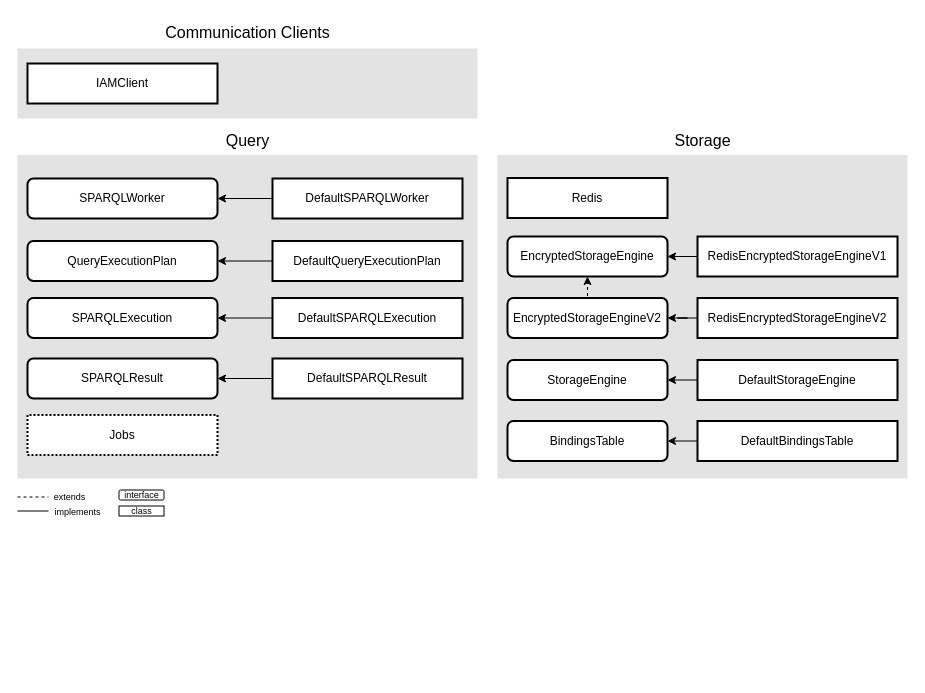
Before: page "Proxy - Application" (11 of 11) of Dissertation/Figures/Diagrams/Chapter4.drawio in DCebola/SEnTriS, a draw.io diagram. Source tidied: cells renumbered, new cells numbered last; positions are measured from the earlier drawing's top-left corner, leaving out a move shared by most shapes. Both pictures are drawn from the tidied source at 100%, with x=0, y=0 at pixel (17, 17).
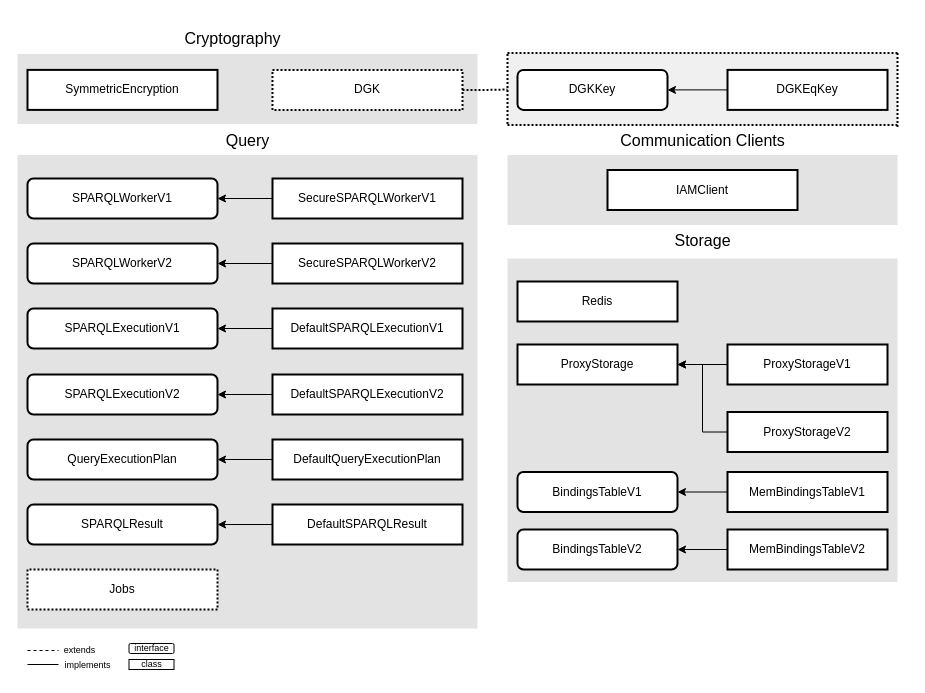
The same page after the edit.

Commit message (it also covers changes not shown here):
Finished Proxy Scheme

The edit, as a diff of the source:
```diff
@@
     <mxCell id="2" style="rounded=0;whiteSpace=wrap;html=1;fillColor=#E3E3E3;glass=0;shadow=0;strokeColor=none;" parent="1" vertex="1">
-      <mxGeometry y="31" width="460" height="70" as="geometry" />
+      <mxGeometry x="490" y="137.5" width="390" height="70" as="geometry" />
     </mxCell>
     <mxCell id="3" value="IAMClient" style="rounded=0;whiteSpace=wrap;html=1;strokeWidth=2;" parent="1" vertex="1">
-      <mxGeometry x="10" y="46" width="190" height="40" as="geometry" />
+      <mxGeometry x="590" y="152.5" width="190" height="40" as="geometry" />
     </mxCell>
     <mxCell id="4" value="Communication Clients" style="text;html=1;align=center;verticalAlign=middle;strokeColor=none;fillColor=none;dashed=1;fontSize=16;" parent="1" vertex="1">
-      <mxGeometry x="135" width="190" height="30" as="geometry" />
+      <mxGeometry x="590" y="107.5" width="190" height="30" as="geometry" />
     </mxCell>
     <mxCell id="5" style="rounded=0;whiteSpace=wrap;html=1;fillColor=#E3E3E3;glass=0;shadow=0;strokeColor=none;" parent="1" vertex="1">
-      <mxGeometry x="480" y="137.5" width="410" height="323.5" as="geometry" />
+      <mxGeometry x="490" y="241" width="390" height="323.5" as="geometry" />
     </mxCell>
-    <mxCell id="6" style="edgeStyle=orthogonalEdgeStyle;rounded=0;jettySize=auto;html=1;exitX=1;exitY=0.5;exitDx=0;exitDy=0;entryX=0;entryY=0.5;entryDx=0;entryDy=0;startArrow=classic;startFill=1;endArrow=none;endFill=0;" parent="1" edge="1" source="7" target="8">
-      <mxGeometry relative="1" as="geometry" />
-    </mxCell>
-    <mxCell id="7" value="&lt;p style=&quot;line-height: 120%;&quot;&gt;EncryptedStorageEngine&lt;/p&gt;" style="rounded=1;whiteSpace=wrap;html=1;strokeWidth=2;" parent="1" vertex="1">
-      <mxGeometry x="490" y="219" width="160" height="40" as="geometry" />
-    </mxCell>
+    <mxCell id="49" style="edgeStyle=orthogonalEdgeStyle;rounded=0;jettySize=auto;html=1;exitX=0;exitY=0.5;exitDx=0;exitDy=0;" parent="1" edge="1" source="8" target="48">
+      <mxGeometry relative="1" as="geometry" />
+    </mxCell>
-    <mxCell id="8" value="&lt;p style=&quot;line-height: 120%;&quot;&gt;RedisEncryptedStorageEngineV1&lt;/p&gt;" style="rounded=0;whiteSpace=wrap;html=1;strokeWidth=2;fillColor=default;fillStyle=solid;flipV=1;" parent="1" vertex="1">
-      <mxGeometry x="680" y="219" width="200" height="40" as="geometry" />
+    <mxCell id="8" value="&lt;p style=&quot;line-height: 120%;&quot;&gt;ProxyStorageV1&lt;/p&gt;" style="rounded=0;whiteSpace=wrap;html=1;strokeWidth=2;fillColor=default;fillStyle=solid;flipV=1;" parent="1" vertex="1">
+      <mxGeometry x="710" y="327" width="160" height="40" as="geometry" />
     </mxCell>
@@
-    <mxCell id="10" value="&lt;p style=&quot;line-height: 120%;&quot;&gt;BindingsTable&lt;/p&gt;" style="rounded=1;whiteSpace=wrap;html=1;strokeWidth=2;" parent="1" vertex="1">
-      <mxGeometry x="490" y="403.5" width="160" height="40" as="geometry" />
+    <mxCell id="10" value="&lt;p style=&quot;line-height: 120%;&quot;&gt;BindingsTableV1&lt;/p&gt;" style="rounded=1;whiteSpace=wrap;html=1;strokeWidth=2;" parent="1" vertex="1">
+      <mxGeometry x="500" y="454.5" width="160" height="40" as="geometry" />
     </mxCell>
-    <mxCell id="11" value="&lt;p style=&quot;line-height: 120%;&quot;&gt;DefaultBindingsTable&lt;/p&gt;" style="rounded=0;whiteSpace=wrap;html=1;strokeWidth=2;fillColor=default;fillStyle=solid;flipV=1;" parent="1" vertex="1">
-      <mxGeometry x="680" y="403.5" width="200" height="40" as="geometry" />
+    <mxCell id="11" value="&lt;p style=&quot;line-height: 120%;&quot;&gt;MemBindingsTableV1&lt;/p&gt;" style="rounded=0;whiteSpace=wrap;html=1;strokeWidth=2;fillColor=default;fillStyle=solid;flipV=1;" parent="1" vertex="1">
+      <mxGeometry x="710" y="454.5" width="160" height="40" as="geometry" />
     </mxCell>
     <mxCell id="12" style="group;" parent="1" vertex="1">
-      <mxGeometry y="467.5" width="154" height="37" as="geometry" />
+      <mxGeometry x="10" y="621" width="154" height="37" as="geometry" />
     </mxCell>
@@
     <mxCell id="25" style="rounded=0;whiteSpace=wrap;html=1;fillColor=#E3E3E3;glass=0;shadow=0;strokeColor=none;" parent="1" vertex="1">
-      <mxGeometry y="137.5" width="460" height="323.5" as="geometry" />
+      <mxGeometry y="137.5" width="460" height="473.5" as="geometry" />
     </mxCell>
-    <mxCell id="26" value="SPARQLWorker" style="rounded=1;whiteSpace=wrap;html=1;strokeWidth=2;flipV=1;" parent="1" vertex="1">
+    <mxCell id="26" value="SPARQLWorkerV1" style="rounded=1;whiteSpace=wrap;html=1;strokeWidth=2;flipV=1;" parent="1" vertex="1">
       <mxGeometry x="10" y="161" width="190" height="40" as="geometry" />
     </mxCell>
     <mxCell id="27" value="SPARQLResult" style="rounded=1;whiteSpace=wrap;html=1;strokeWidth=2;flipV=1;" parent="1" vertex="1">
-      <mxGeometry x="10" y="341" width="190" height="40" as="geometry" />
+      <mxGeometry x="10" y="487" width="190" height="40" as="geometry" />
     </mxCell>
@@
     <mxCell id="29" value="&lt;p style=&quot;line-height: 120%;&quot;&gt;DefaultSPARQLResult&lt;/p&gt;" style="rounded=0;whiteSpace=wrap;html=1;strokeWidth=2;flipV=1;" parent="1" vertex="1">
-      <mxGeometry x="255" y="341" width="190" height="40" as="geometry" />
+      <mxGeometry x="255" y="487" width="190" height="40" as="geometry" />
     </mxCell>
@@
-    <mxCell id="31" value="DefaultSPARQLWorker" style="rounded=0;whiteSpace=wrap;html=1;strokeWidth=2;fillColor=default;fillStyle=solid;flipV=1;" parent="1" vertex="1">
+    <mxCell id="31" value="SecureSPARQLWorkerV1" style="rounded=0;whiteSpace=wrap;html=1;strokeWidth=2;fillColor=default;fillStyle=solid;flipV=1;" parent="1" vertex="1">
       <mxGeometry x="255" y="161" width="190" height="40" as="geometry" />
     </mxCell>
@@
-    <mxCell id="33" value="SPARQLExecution" style="rounded=1;whiteSpace=wrap;html=1;strokeWidth=2;flipV=1;" parent="1" vertex="1">
-      <mxGeometry x="10" y="280.5" width="190" height="40" as="geometry" />
+    <mxCell id="33" value="SPARQLExecutionV1" style="rounded=1;whiteSpace=wrap;html=1;strokeWidth=2;flipV=1;" parent="1" vertex="1">
+      <mxGeometry x="10" y="291" width="190" height="40" as="geometry" />
     </mxCell>
@@
-    <mxCell id="35" value="&lt;p style=&quot;line-height: 120%;&quot;&gt;DefaultSPARQLExecution&lt;/p&gt;" style="rounded=0;whiteSpace=wrap;html=1;strokeWidth=2;flipV=1;" parent="1" vertex="1">
-      <mxGeometry x="255" y="280.5" width="190" height="40" as="geometry" />
+    <mxCell id="35" value="&lt;p style=&quot;line-height: 120%;&quot;&gt;DefaultSPARQLExecutionV1&lt;/p&gt;" style="rounded=0;whiteSpace=wrap;html=1;strokeWidth=2;flipV=1;" parent="1" vertex="1">
+      <mxGeometry x="255" y="291" width="190" height="40" as="geometry" />
     </mxCell>
     <mxCell id="36" value="QueryExecutionPlan" style="rounded=1;whiteSpace=wrap;html=1;strokeWidth=2;flipV=1;" parent="1" vertex="1">
-      <mxGeometry x="10" y="223.5" width="190" height="40" as="geometry" />
+      <mxGeometry x="10" y="422" width="190" height="40" as="geometry" />
     </mxCell>
@@
     <mxCell id="38" value="&lt;p style=&quot;line-height: 120%;&quot;&gt;DefaultQueryExecutionPlan&lt;/p&gt;" style="rounded=0;whiteSpace=wrap;html=1;strokeWidth=2;flipV=1;" parent="1" vertex="1">
-      <mxGeometry x="255" y="223.5" width="190" height="40" as="geometry" />
+      <mxGeometry x="255" y="422" width="190" height="40" as="geometry" />
     </mxCell>
     <mxCell id="39" value="Jobs" style="rounded=0;whiteSpace=wrap;html=1;strokeWidth=2;dashed=1;dashPattern=1 1;flipV=1;" parent="1" vertex="1">
-      <mxGeometry x="10" y="397.5" width="190" height="40" as="geometry" />
+      <mxGeometry x="10" y="552" width="190" height="40" as="geometry" />
     </mxCell>
     <mxCell id="40" value="Storage" style="text;html=1;align=center;verticalAlign=middle;strokeColor=none;fillColor=none;dashed=1;fontSize=16;" parent="1" vertex="1">
-      <mxGeometry x="645" y="107.5" width="80" height="30" as="geometry" />
+      <mxGeometry x="645" y="207.5" width="80" height="30" as="geometry" />
     </mxCell>
     <mxCell id="41" value="&lt;p style=&quot;line-height: 120%;&quot;&gt;Redis&lt;/p&gt;" style="rounded=0;whiteSpace=wrap;html=1;strokeWidth=2;" parent="1" vertex="1">
-      <mxGeometry x="490" y="160.5" width="160" height="40" as="geometry" />
+      <mxGeometry x="500" y="264" width="160" height="40" as="geometry" />
     </mxCell>
-    <mxCell id="42" style="edgeStyle=orthogonalEdgeStyle;rounded=0;jettySize=auto;html=1;entryX=0.5;entryY=1;entryDx=0;entryDy=0;dashed=1;" parent="1" edge="1" target="7">
-      <mxGeometry relative="1" as="geometry">
-        <mxPoint x="565" y="317.5" as="sourcePoint" />
-        <Array as="points">
-          <mxPoint x="565" y="319.5" />
-        </Array>
-      </mxGeometry>
-    </mxCell>
-    <mxCell id="43" value="&lt;p style=&quot;line-height: 120%;&quot;&gt;EncryptedStorageEngineV2&lt;/p&gt;" style="rounded=1;whiteSpace=wrap;html=1;strokeWidth=2;" parent="1" vertex="1">
-      <mxGeometry x="490" y="280.5" width="160" height="40" as="geometry" />
-    </mxCell>
-    <mxCell id="44" style="edgeStyle=orthogonalEdgeStyle;rounded=0;jettySize=auto;html=1;entryX=1;entryY=0.5;entryDx=0;entryDy=0;" parent="1" edge="1" source="45" target="43">
-      <mxGeometry relative="1" as="geometry" />
-    </mxCell>
+    <mxCell id="50" style="edgeStyle=orthogonalEdgeStyle;rounded=0;jettySize=auto;html=1;exitX=0;exitY=0.5;exitDx=0;exitDy=0;entryX=1;entryY=0.5;entryDx=0;entryDy=0;" parent="1" edge="1" source="45" target="48">
+      <mxGeometry relative="1" as="geometry" />
+    </mxCell>
-    <mxCell id="45" value="&lt;p style=&quot;line-height: 120%;&quot;&gt;RedisEncryptedStorageEngineV2&lt;/p&gt;" style="rounded=0;whiteSpace=wrap;html=1;strokeWidth=2;fillColor=default;fillStyle=solid;flipV=1;" parent="1" vertex="1">
-      <mxGeometry x="680" y="280.5" width="200" height="40" as="geometry" />
+    <mxCell id="45" value="&lt;p style=&quot;line-height: 120%;&quot;&gt;ProxyStorageV2&lt;/p&gt;" style="rounded=0;whiteSpace=wrap;html=1;strokeWidth=2;fillColor=default;fillStyle=solid;flipV=1;" parent="1" vertex="1">
+      <mxGeometry x="710" y="394.5" width="160" height="40" as="geometry" />
     </mxCell>
-    <mxCell id="46" style="edgeStyle=orthogonalEdgeStyle;rounded=0;jettySize=auto;html=1;exitX=1;exitY=0.5;exitDx=0;exitDy=0;entryX=0;entryY=0.5;entryDx=0;entryDy=0;startArrow=classic;startFill=1;endArrow=none;endFill=0;" parent="1" edge="1" source="47" target="48">
-      <mxGeometry relative="1" as="geometry" />
-    </mxCell>
-    <mxCell id="47" value="&lt;p style=&quot;line-height: 120%;&quot;&gt;StorageEngine&lt;/p&gt;" style="rounded=1;whiteSpace=wrap;html=1;strokeWidth=2;" parent="1" vertex="1">
-      <mxGeometry x="490" y="342.5" width="160" height="40" as="geometry" />
-    </mxCell>
-    <mxCell id="48" value="&lt;p style=&quot;line-height: 120%;&quot;&gt;DefaultStorageEngine&lt;/p&gt;" style="rounded=0;whiteSpace=wrap;html=1;strokeWidth=2;fillColor=default;fillStyle=solid;flipV=1;" parent="1" vertex="1">
-      <mxGeometry x="680" y="342.5" width="200" height="40" as="geometry" />
+    <mxCell id="48" value="&lt;p style=&quot;line-height: 120%;&quot;&gt;ProxyStorage&lt;/p&gt;" style="rounded=0;whiteSpace=wrap;html=1;strokeWidth=2;fillColor=default;fillStyle=solid;flipV=1;" parent="1" vertex="1">
+      <mxGeometry x="500" y="327" width="160" height="40" as="geometry" />
     </mxCell>
+    <mxCell id="51" style="rounded=0;whiteSpace=wrap;html=1;fillColor=#E3E3E3;glass=0;shadow=0;strokeColor=none;" parent="1" vertex="1">
+      <mxGeometry y="36.4" width="460" height="70" as="geometry" />
+    </mxCell>
+    <mxCell id="52" value="SymmetricEncryption" style="rounded=0;whiteSpace=wrap;html=1;strokeWidth=2;" parent="1" vertex="1">
+      <mxGeometry x="10" y="52.4" width="190" height="40" as="geometry" />
+    </mxCell>
+    <mxCell id="53" value="DGK" style="rounded=0;whiteSpace=wrap;html=1;strokeWidth=2;fillColor=default;fillStyle=solid;dashed=1;dashPattern=1 1;" parent="1" vertex="1">
+      <mxGeometry x="255" y="52.4" width="190" height="40" as="geometry" />
+    </mxCell>
+    <mxCell id="54" value="Cryptography" style="text;html=1;align=center;verticalAlign=middle;strokeColor=none;fillColor=none;dashed=1;fontSize=16;" parent="1" vertex="1">
+      <mxGeometry x="155" y="6.4" width="120" height="30" as="geometry" />
+    </mxCell>
+    <mxCell id="55" style="rounded=0;whiteSpace=wrap;html=1;fillColor=#F0F0F0;glass=0;shadow=0;strokeColor=none;" parent="1" vertex="1">
+      <mxGeometry x="490" y="35.4" width="390" height="72" as="geometry" />
+    </mxCell>
+    <mxCell id="56" style="edgeStyle=orthogonalEdgeStyle;rounded=0;jettySize=auto;html=1;dashed=1;dashPattern=1 1;endArrow=none;endFill=0;strokeWidth=2;strokeColor=default;exitX=1;exitY=0.5;exitDx=0;exitDy=0;" parent="1" edge="1" source="53">
+      <mxGeometry relative="1" as="geometry">
+        <mxPoint x="490" y="72" as="targetPoint" />
+        <Array as="points">
+          <mxPoint x="470" y="72" />
+          <mxPoint x="460" y="72" />
+        </Array>
+      </mxGeometry>
+    </mxCell>
+    <mxCell id="57" style="endArrow=none;dashed=1;html=1;strokeWidth=2;rounded=0;exitX=0;exitY=0;exitDx=0;exitDy=0;entryX=1;entryY=0;entryDx=0;entryDy=0;dashPattern=1 1;" parent="1" edge="1" source="55" target="55">
+      <mxGeometry relative="1" as="geometry" />
+    </mxCell>
+    <mxCell id="58" style="endArrow=none;dashed=1;html=1;strokeWidth=2;rounded=0;entryX=0;entryY=1;entryDx=0;entryDy=0;dashPattern=1 1;" parent="1" edge="1" target="55">
+      <mxGeometry relative="1" as="geometry">
+        <mxPoint x="490" y="36.4" as="sourcePoint" />
+      </mxGeometry>
+    </mxCell>
+    <mxCell id="59" value="&lt;p style=&quot;line-height: 120%;&quot;&gt;DGKKey&lt;/p&gt;" style="rounded=1;whiteSpace=wrap;html=1;strokeWidth=2;flipV=1;" parent="1" vertex="1">
+      <mxGeometry x="500" y="52.4" width="150" height="40" as="geometry" />
+    </mxCell>
+    <mxCell id="60" style="edgeStyle=orthogonalEdgeStyle;rounded=0;jettySize=auto;html=1;exitX=0;exitY=0.5;exitDx=0;exitDy=0;" parent="1" edge="1" source="61" target="59">
+      <mxGeometry relative="1" as="geometry" />
+    </mxCell>
+    <mxCell id="61" value="&lt;p style=&quot;line-height: 120%;&quot;&gt;DGKEqKey&lt;/p&gt;" style="rounded=0;whiteSpace=wrap;html=1;strokeWidth=2;flipV=0;" parent="1" vertex="1">
+      <mxGeometry x="710" y="52.4" width="160" height="40" as="geometry" />
+    </mxCell>
+    <mxCell id="62" style="endArrow=none;dashed=1;html=1;strokeWidth=2;rounded=0;exitX=0;exitY=1;exitDx=0;exitDy=0;entryX=1;entryY=1;entryDx=0;entryDy=0;dashPattern=1 1;" parent="1" edge="1" source="55" target="55">
+      <mxGeometry relative="1" as="geometry" />
+    </mxCell>
+    <mxCell id="63" style="endArrow=none;dashed=1;html=1;strokeWidth=2;rounded=0;dashPattern=1 1;exitX=1;exitY=0;exitDx=0;exitDy=0;" parent="1" edge="1" source="55">
+      <mxGeometry relative="1" as="geometry">
+        <mxPoint x="880" y="111" as="targetPoint" />
+      </mxGeometry>
+    </mxCell>
+    <mxCell id="64" style="edgeStyle=orthogonalEdgeStyle;rounded=0;jettySize=auto;html=1;exitX=0;exitY=0.5;exitDx=0;exitDy=0;entryX=1;entryY=0.5;entryDx=0;entryDy=0;" parent="1" edge="1" source="65" target="66">
+      <mxGeometry relative="1" as="geometry" />
+    </mxCell>
+    <mxCell id="65" value="&lt;p style=&quot;line-height: 120%;&quot;&gt;MemBindingsTableV2&lt;/p&gt;" style="rounded=0;whiteSpace=wrap;html=1;strokeWidth=2;fillColor=default;fillStyle=solid;flipV=1;" parent="1" vertex="1">
+      <mxGeometry x="710" y="512" width="160" height="40" as="geometry" />
+    </mxCell>
+    <mxCell id="66" value="&lt;p style=&quot;line-height: 120%;&quot;&gt;BindingsTableV2&lt;/p&gt;" style="rounded=1;whiteSpace=wrap;html=1;strokeWidth=2;" parent="1" vertex="1">
+      <mxGeometry x="500" y="512" width="160" height="40" as="geometry" />
+    </mxCell>
+    <mxCell id="67" style="edgeStyle=orthogonalEdgeStyle;rounded=0;jettySize=auto;html=1;exitX=0;exitY=0.5;exitDx=0;exitDy=0;entryX=1;entryY=0.5;entryDx=0;entryDy=0;" parent="1" edge="1" source="68" target="69">
+      <mxGeometry relative="1" as="geometry" />
+    </mxCell>
+    <mxCell id="68" value="SecureSPARQLWorkerV2" style="rounded=0;whiteSpace=wrap;html=1;strokeWidth=2;fillColor=default;fillStyle=solid;flipV=1;" parent="1" vertex="1">
+      <mxGeometry x="255" y="226" width="190" height="40" as="geometry" />
+    </mxCell>
+    <mxCell id="69" value="SPARQLWorkerV2" style="rounded=1;whiteSpace=wrap;html=1;strokeWidth=2;flipV=1;" parent="1" vertex="1">
+      <mxGeometry x="10" y="226" width="190" height="40" as="geometry" />
+    </mxCell>
+    <mxCell id="70" style="edgeStyle=orthogonalEdgeStyle;rounded=0;jettySize=auto;html=1;exitX=0;exitY=0.5;exitDx=0;exitDy=0;entryX=1;entryY=0.5;entryDx=0;entryDy=0;" parent="1" edge="1" source="72" target="71">
+      <mxGeometry relative="1" as="geometry" />
+    </mxCell>
+    <mxCell id="71" value="SPARQLExecutionV2" style="rounded=1;whiteSpace=wrap;html=1;strokeWidth=2;flipV=1;" parent="1" vertex="1">
+      <mxGeometry x="10" y="357" width="190" height="40" as="geometry" />
+    </mxCell>
+    <mxCell id="72" value="&lt;p style=&quot;line-height: 120%;&quot;&gt;DefaultSPARQLExecutionV2&lt;/p&gt;" style="rounded=0;whiteSpace=wrap;html=1;strokeWidth=2;flipV=1;" parent="1" vertex="1">
+      <mxGeometry x="255" y="357" width="190" height="40" as="geometry" />
+    </mxCell>
```
